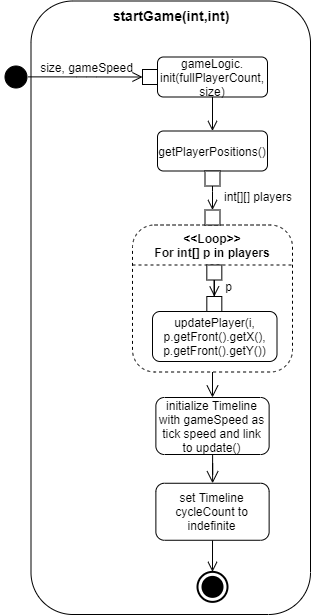
This is Doku/images/AD_startGame.png from KjellooMelloo/gameoftrons, a draw.io export, as it was before one commit. Source tidied: cells renumbered, new cells last; positions are measured from the earlier drawing's top-left corner, leaving out a move shared by most shapes.
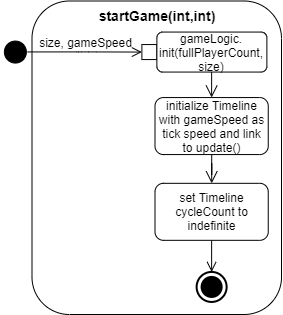
After the change.

What changed in the source:
```diff
@@ -3,88 +3,42 @@
     <mxCell id="0" />
     <mxCell id="1" parent="0" />
     <mxCell id="2" value="&lt;b&gt;&lt;font style=&quot;font-size: 14px&quot;&gt;startGame(int,int)&lt;/font&gt;&lt;/b&gt;" style="rounded=1;whiteSpace=wrap;html=1;align=center;verticalAlign=top;" parent="1" vertex="1">
-      <mxGeometry x="30.5" y="0.5" width="279.5" height="613.5" as="geometry" />
+      <mxGeometry x="30.5" y="0.5" width="249.5" height="313.5" as="geometry" />
     </mxCell>
-    <mxCell id="3" style="edgeStyle=orthogonalEdgeStyle;rounded=0;jettySize=auto;html=1;entryX=0.5;entryY=0;entryDx=0;entryDy=0;endArrow=open;endFill=0;endSize=10;" parent="1" edge="1" source="4" target="25">
-      <mxGeometry relative="1" as="geometry" />
+    <mxCell id="3" style="edgeStyle=orthogonalEdgeStyle;rounded=0;jettySize=auto;html=1;entryX=0.5;entryY=0;entryDx=0;entryDy=0;endArrow=open;endFill=0;endSize=10;" parent="1" edge="1" target="12">
+      <mxGeometry relative="1" as="geometry">
+        <mxPoint x="210.1" y="71.6" as="sourcePoint" />
+      </mxGeometry>
     </mxCell>
-    <mxCell id="4" value="&lt;b&gt;&amp;lt;&amp;lt;Loop&amp;gt;&amp;gt;&lt;br&gt;For int[] p in players&lt;br&gt;&lt;/b&gt;" style="shape=ext;rounded=1;html=1;whiteSpace=wrap;dashed=1;verticalAlign=top;align=center;" parent="1" vertex="1">
-      <mxGeometry x="132" y="224.5" width="160" height="147" as="geometry" />
+    <mxCell id="4" style="ellipse;html=1;shape=startState;fillColor=#000000;strokeColor=#000000;align=center;" parent="1" vertex="1">
+      <mxGeometry x="-1.1" y="36.6" width="30" height="30" as="geometry" />
     </mxCell>
-    <mxCell id="5" style="ellipse;html=1;shape=startState;fillColor=#000000;strokeColor=#000000;align=center;" parent="1" vertex="1">
-      <mxGeometry x="0.5" y="61.5" width="30" height="30" as="geometry" />
+    <mxCell id="5" style="edgeStyle=orthogonalEdgeStyle;html=1;verticalAlign=bottom;endArrow=open;endSize=8;strokeColor=#000000;exitX=0.909;exitY=0.496;exitDx=0;exitDy=0;exitPerimeter=0;entryX=0;entryY=0.5;entryDx=0;entryDy=0;" parent="1" edge="1" source="4" target="6">
+      <mxGeometry relative="1" as="geometry" />
     </mxCell>
-    <mxCell id="6" style="edgeStyle=orthogonalEdgeStyle;html=1;verticalAlign=bottom;endArrow=open;endSize=8;strokeColor=#000000;exitX=0.909;exitY=0.496;exitDx=0;exitDy=0;exitPerimeter=0;entryX=0;entryY=0.5;entryDx=0;entryDy=0;" parent="1" edge="1" source="5" target="7">
-      <mxGeometry relative="1" as="geometry" />
+    <mxCell id="6" style="rounded=0;whiteSpace=wrap;html=1;strokeColor=#000000;align=center;" parent="1" vertex="1">
+      <mxGeometry x="140.4" y="44.1" width="15" height="15" as="geometry" />
     </mxCell>
-    <mxCell id="7" style="rounded=0;whiteSpace=wrap;html=1;strokeColor=#000000;align=center;" parent="1" vertex="1">
-      <mxGeometry x="142" y="69" width="15" height="15" as="geometry" />
+    <mxCell id="7" value="size, gameSpeed" style="text;html=1;align=center;verticalAlign=middle;points=[];" parent="1" vertex="1">
+      <mxGeometry x="28.9" y="31.6" width="110" height="20" as="geometry" />
     </mxCell>
-    <mxCell id="8" value="size, gameSpeed" style="text;html=1;align=center;verticalAlign=middle;" parent="1" vertex="1">
-      <mxGeometry x="30.5" y="56.5" width="110" height="20" as="geometry" />
+    <mxCell id="8" value="gameLogic. init(fullPlayerCount, size)" style="shape=rect;html=1;rounded=1;whiteSpace=wrap;align=center;" parent="1" vertex="1">
+      <mxGeometry x="155.4" y="31.6" width="110" height="40" as="geometry" />
     </mxCell>
-    <mxCell id="9" style="edgeStyle=orthogonalEdgeStyle;rounded=0;jettySize=auto;html=1;startArrow=none;startFill=0;endArrow=open;endFill=0;endSize=8;" parent="1" edge="1" source="10" target="12">
+    <mxCell id="9" style="edgeStyle=orthogonalEdgeStyle;rounded=0;jettySize=auto;html=1;entryX=0.5;entryY=0;entryDx=0;entryDy=0;entryPerimeter=0;startArrow=none;startFill=0;endArrow=open;endFill=0;endSize=8;exitX=0.5;exitY=1;exitDx=0;exitDy=0;" parent="1" edge="1" source="13" target="10">
       <mxGeometry relative="1" as="geometry" />
     </mxCell>
-    <mxCell id="10" value="gameLogic. init(fullPlayerCount, size)" style="shape=rect;html=1;rounded=1;whiteSpace=wrap;align=center;" parent="1" vertex="1">
-      <mxGeometry x="157" y="56.5" width="110" height="40" as="geometry" />
+    <mxCell id="10" style="html=1;shape=mxgraph.sysml.actFinal;strokeWidth=2;verticalLabelPosition=bottom;verticalAlignment=top;align=center;rounded=0;" parent="1" vertex="1">
+      <mxGeometry x="195.1" y="271.4" width="30" height="30" as="geometry" />
     </mxCell>
-    <mxCell id="11" style="edgeStyle=orthogonalEdgeStyle;rounded=0;jettySize=auto;html=1;startArrow=none;startFill=0;endArrow=open;endFill=0;endSize=8;exitX=0.5;exitY=1;exitDx=0;exitDy=0;entryX=0.5;entryY=0;entryDx=0;entryDy=0;" parent="1" edge="1" source="21" target="22">
-      <mxGeometry relative="1" as="geometry">
-        <Array as="points">
-          <mxPoint x="212.2" y="191" />
-        </Array>
-      </mxGeometry>
+    <mxCell id="11" style="edgeStyle=orthogonalEdgeStyle;rounded=0;jettySize=auto;html=1;endArrow=open;endFill=0;endSize=10;" parent="1" edge="1" source="12" target="13">
+      <mxGeometry relative="1" as="geometry" />
     </mxCell>
-    <mxCell id="12" value="getPlayerPositions()" style="shape=rect;html=1;rounded=1;whiteSpace=wrap;align=center;" parent="1" vertex="1">
-      <mxGeometry x="157" y="130.5" width="110" height="40" as="geometry" />
+    <mxCell id="12" value="initialize Timeline with gameSpeed as tick speed and link to update()" style="shape=rect;html=1;rounded=1;whiteSpace=wrap;align=center;" parent="1" vertex="1">
+      <mxGeometry x="153.5" y="97.1" width="113.2" height="57" as="geometry" />
     </mxCell>
-    <mxCell id="13" style="edgeStyle=orthogonalEdgeStyle;rounded=0;jettySize=auto;html=1;entryX=0.5;entryY=0;entryDx=0;entryDy=0;entryPerimeter=0;startArrow=none;startFill=0;endArrow=open;endFill=0;endSize=8;exitX=0.5;exitY=1;exitDx=0;exitDy=0;" parent="1" edge="1" source="26" target="14">
-      <mxGeometry relative="1" as="geometry" />
+    <mxCell id="13" value="set Timeline cycleCount to indefinite" style="shape=rect;html=1;rounded=1;whiteSpace=wrap;align=center;" parent="1" vertex="1">
+      <mxGeometry x="153.5" y="182.8" width="113.2" height="57" as="geometry" />
     </mxCell>
-    <mxCell id="14" style="html=1;shape=mxgraph.sysml.actFinal;strokeWidth=2;verticalLabelPosition=bottom;verticalAlignment=top;align=center;rounded=0;" parent="1" vertex="1">
-      <mxGeometry x="197" y="571.4" width="30" height="30" as="geometry" />
-    </mxCell>
-    <mxCell id="15" value="updatePlayer(i, p.getFront().getX(), p.getFront().getY())" style="shape=rect;html=1;rounded=1;whiteSpace=wrap;align=center;" parent="1" vertex="1">
-      <mxGeometry x="152" y="311" width="124.5" height="50" as="geometry" />
-    </mxCell>
-    <mxCell id="16" style="endArrow=none;dashed=1;html=1;" parent="1" edge="1">
-      <mxGeometry relative="1" as="geometry">
-        <mxPoint x="132" y="264.5" as="sourcePoint" />
-        <mxPoint x="292" y="264.5" as="targetPoint" />
-      </mxGeometry>
-    </mxCell>
-    <mxCell id="17" style="edgeStyle=orthogonalEdgeStyle;rounded=0;jettySize=auto;html=1;endArrow=open;endFill=0;endSize=8;strokeColor=#000000;" parent="1" edge="1" target="18">
-      <mxGeometry relative="1" as="geometry">
-        <mxPoint x="213.8" y="278.5" as="sourcePoint" />
-      </mxGeometry>
-    </mxCell>
-    <mxCell id="18" style="rounded=0;whiteSpace=wrap;html=1;strokeColor=#000000;align=center;" parent="1" vertex="1">
-      <mxGeometry x="206.3" y="296" width="15" height="15" as="geometry" />
-    </mxCell>
-    <mxCell id="19" style="rounded=0;whiteSpace=wrap;html=1;strokeColor=#000000;align=center;" parent="1" vertex="1">
-      <mxGeometry x="206.3" y="264.5" width="15" height="15" as="geometry" />
-    </mxCell>
-    <mxCell id="20" value="p" style="text;html=1;align=center;verticalAlign=middle;" parent="1" vertex="1">
-      <mxGeometry x="218.1" y="276" width="20" height="20" as="geometry" />
-    </mxCell>
-    <mxCell id="21" style="rounded=0;whiteSpace=wrap;html=1;strokeColor=#000000;align=center;" parent="1" vertex="1">
-      <mxGeometry x="204.5" y="170.5" width="15" height="15" as="geometry" />
-    </mxCell>
-    <mxCell id="22" style="rounded=0;whiteSpace=wrap;html=1;strokeColor=#000000;align=center;" parent="1" vertex="1">
-      <mxGeometry x="204.5" y="209.5" width="15" height="15" as="geometry" />
-    </mxCell>
-    <mxCell id="23" value="int[][] players" style="text;html=1;strokeColor=none;fillColor=none;align=center;verticalAlign=middle;whiteSpace=wrap;rounded=0;" parent="1" vertex="1">
-      <mxGeometry x="219.5" y="185.5" width="76" height="20" as="geometry" />
-    </mxCell>
-    <mxCell id="24" style="edgeStyle=orthogonalEdgeStyle;rounded=0;jettySize=auto;html=1;endArrow=open;endFill=0;endSize=10;" parent="1" edge="1" source="25" target="26">
-      <mxGeometry relative="1" as="geometry" />
-    </mxCell>
-    <mxCell id="25" value="initialize Timeline with gameSpeed as tick speed and link to update()" style="shape=rect;html=1;rounded=1;whiteSpace=wrap;align=center;" parent="1" vertex="1">
-      <mxGeometry x="155.4" y="397" width="113.2" height="57" as="geometry" />
-    </mxCell>
-    <mxCell id="26" value="set Timeline cycleCount to indefinite" style="shape=rect;html=1;rounded=1;whiteSpace=wrap;align=center;" parent="1" vertex="1">
-      <mxGeometry x="155.4" y="482.8" width="113.2" height="57" as="geometry" />
-    </mxCell>
   </root>
 </mxGraphModel>
```
